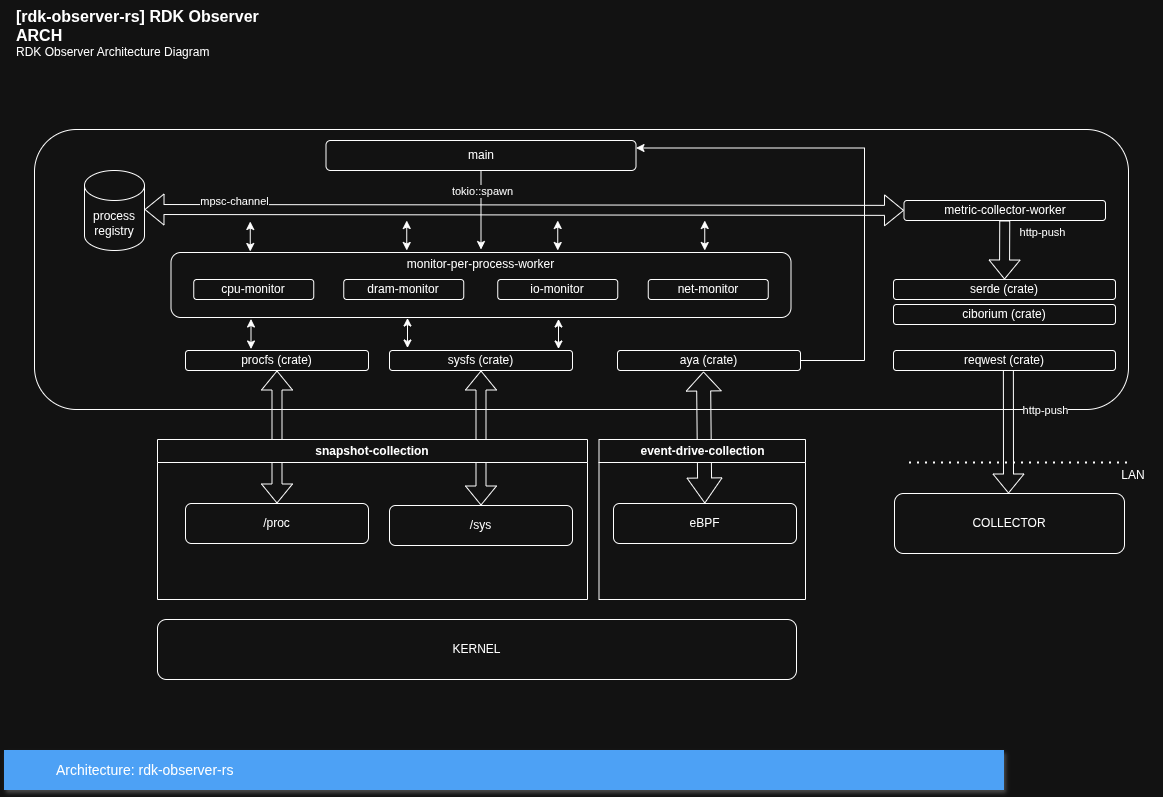
SerhiiShchudlo/rdk-observer-rs keeps this draw.io diagram as docs/architecture/architecture-diagrams/rdk-observer-arch.drawio.png. Above is the earlier version. Source tidied: cells renumbered, new cells last; positions are measured from the earlier drawing's top-left corner, leaving out a move shared by most shapes.
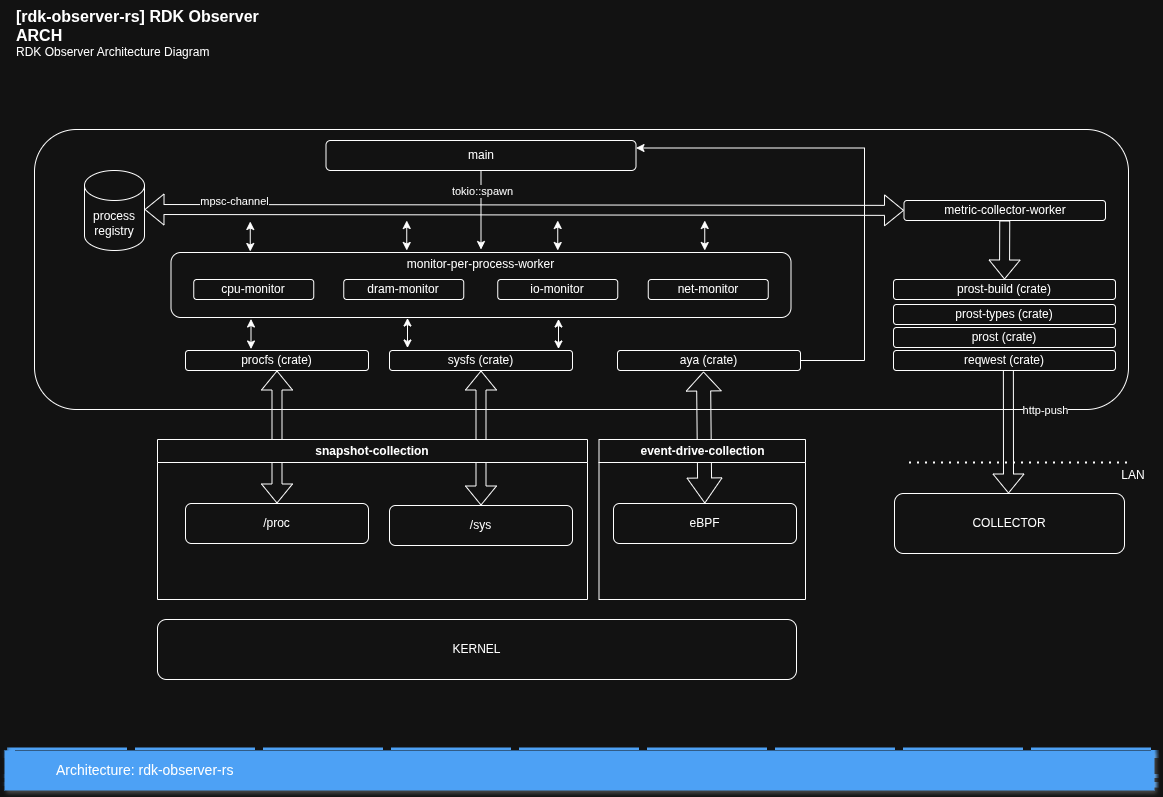
Above is the later version.

Diff of the diagram source:
```diff
@@ -90,10 +90,10 @@
     <mxCell id="26" value="event-drive-collection" style="swimlane;whiteSpace=wrap;html=1;" parent="1" vertex="1">
       <mxGeometry x="594.5" y="439" width="206.5" height="160" as="geometry" />
     </mxCell>
-    <mxCell id="27" value="serde (crate)" style="rounded=1;whiteSpace=wrap;html=1;" parent="1" vertex="1">
+    <mxCell id="27" value="prost-build (crate)" style="rounded=1;whiteSpace=wrap;html=1;" parent="1" vertex="1">
       <mxGeometry x="889" y="279" width="222" height="20" as="geometry" />
     </mxCell>
-    <mxCell id="28" value="ciborium (crate)" style="rounded=1;whiteSpace=wrap;html=1;" parent="1" vertex="1">
+    <mxCell id="28" value="prost-types (crate)" style="rounded=1;whiteSpace=wrap;html=1;" parent="1" vertex="1">
       <mxGeometry x="889" y="304" width="222" height="20" as="geometry" />
     </mxCell>
     <mxCell id="29" style="shape=flexArrow;endArrow=classic;startArrow=classic;html=1;rounded=0;" parent="1" edge="1" target="22">
@@ -172,15 +172,13 @@
       </mxCell>
     </object>
     <mxCell id="45" value="Architecture: rdk-observer-rs" style="fillColor=#4DA1F5;strokeColor=none;shadow=1;gradientColor=none;fontSize=14;align=left;spacingLeft=50;fontColor=#ffffff;whiteSpace=wrap;html=1;" parent="1" vertex="1">
-      <mxGeometry y="750" width="1000" height="40" as="geometry" />
+      <mxGeometry y="750" width="1150" height="40" as="geometry" />
     </mxCell>
     <mxCell id="46" style="shape=flexArrow;endArrow=classic;html=1;rounded=0;exitX=0.5;exitY=1;exitDx=0;exitDy=0;entryX=0.5;entryY=0;entryDx=0;entryDy=0;" parent="1" edge="1" source="22" target="27">
       <mxGeometry relative="1" as="geometry" />
     </mxCell>
-    <mxCell id="47" value="http-push" style="edgeLabel;html=1;align=center;verticalAlign=middle;" parent="46" vertex="1">
-      <mxGeometry x="-0.08" y="2" relative="1" as="geometry">
-        <mxPoint x="35" y="-16" as="offset" />
-      </mxGeometry>
-    </mxCell>
+    <mxCell id="48" value="prost (crate)" style="rounded=1;whiteSpace=wrap;html=1;" parent="1" vertex="1">
+      <mxGeometry x="889" y="327" width="222" height="20" as="geometry" />
+    </mxCell>
   </root>
 </mxGraphModel>
```
